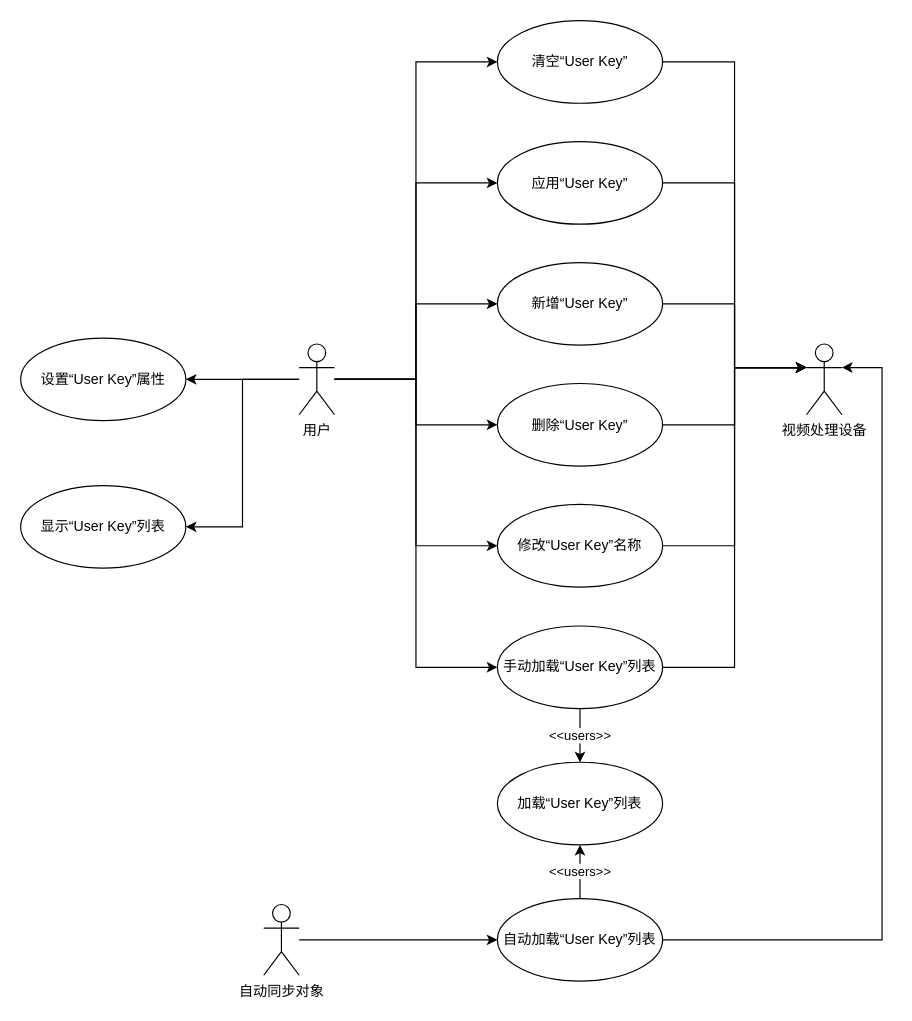
Above: Arpa.drawio in wiSCADA/drawio (draw.io), before the change. Source tidied: cells renumbered, new cells numbered last; positions are measured from the earlier drawing's top-left corner, leaving out a move shared by most shapes. Both pictures are drawn from the tidied source at 118%, with x=0, y=0 at pixel (20, 20).
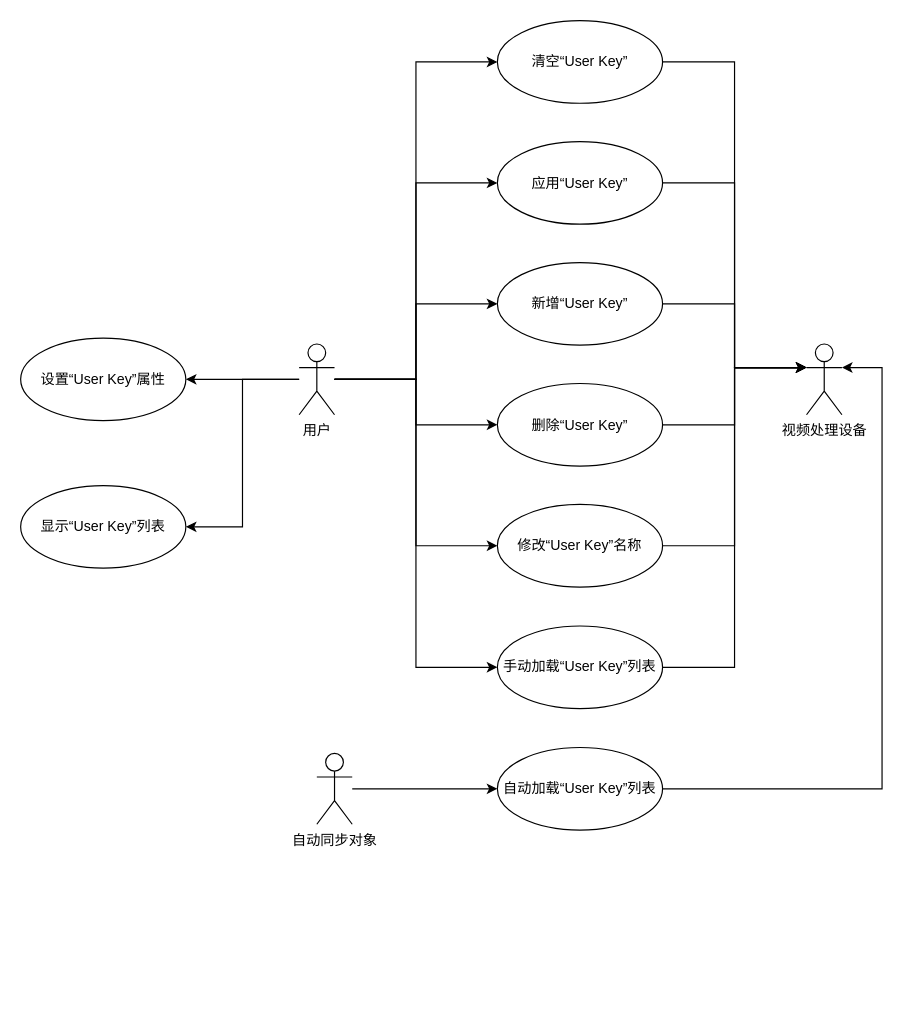
Above is the later version.

Commit message:
更新加载User列表的用例为两个独立的用例。因为扩展用例抽象用例应该是在系统分析阶段得到的。

The change refers to these unchanged cells:
```xml
<mxCell id="10" value="手动加载“User Key”列表" style="ellipse;whiteSpace=wrap;html=1;" parent="1" vertex="1">
  <mxGeometry x="404" y="513" width="140" height="70" as="geometry" />
</mxCell>
<mxCell id="13" value="视频处理设备" style="shape=umlActor;verticalLabelPosition=bottom;labelBackgroundColor=#ffffff;verticalAlign=top;html=1;" parent="1" vertex="1">
  <mxGeometry x="666" y="274" width="30" height="60" as="geometry" />
</mxCell>
```

Diff of the diagram source:
```diff
@@
-    <mxCell id="9" value="&amp;lt;&amp;lt;users&amp;gt;&amp;gt;" style="edgeStyle=orthogonalEdgeStyle;rounded=0;jettySize=auto;html=1;" parent="1" edge="1" source="10" target="29">
-      <mxGeometry relative="1" as="geometry" />
-    </mxCell>
@@
     <mxCell id="12" value="自动同步对象" style="shape=umlActor;verticalLabelPosition=bottom;labelBackgroundColor=#ffffff;verticalAlign=top;html=1;" parent="1" vertex="1">
-      <mxGeometry x="206" y="749" width="30" height="60" as="geometry" />
+      <mxGeometry x="251" y="621" width="30" height="60" as="geometry" />
     </mxCell>
@@
-    <mxCell id="29" value="加载“User Key”列表" style="ellipse;whiteSpace=wrap;html=1;" parent="1" vertex="1">
-      <mxGeometry x="404" y="628.5" width="140" height="70" as="geometry" />
-    </mxCell>
     <mxCell id="30" style="edgeStyle=orthogonalEdgeStyle;rounded=0;jettySize=auto;html=1;entryX=1;entryY=0.3333333333333333;entryDx=0;entryDy=0;entryPerimeter=0;exitX=1;exitY=0.5;exitDx=0;exitDy=0;" parent="1" edge="1" source="32" target="13">
       <mxGeometry relative="1" as="geometry">
         <Array as="points">
-          <mxPoint x="730" y="779" />
+          <mxPoint x="730" y="651" />
           <mxPoint x="730" y="294" />
         </Array>
       </mxGeometry>
     </mxCell>
-    <mxCell id="31" value="&amp;lt;&amp;lt;users&amp;gt;&amp;gt;" style="edgeStyle=orthogonalEdgeStyle;rounded=0;jettySize=auto;html=1;entryX=0.5;entryY=1;entryDx=0;entryDy=0;" parent="1" edge="1" source="32" target="29">
-      <mxGeometry relative="1" as="geometry" />
-    </mxCell>
     <mxCell id="32" value="自动加载“User Key”列表" style="ellipse;whiteSpace=wrap;html=1;" parent="1" vertex="1">
-      <mxGeometry x="404" y="744" width="140" height="70" as="geometry" />
+      <mxGeometry x="404" y="616" width="140" height="70" as="geometry" />
     </mxCell>
```
